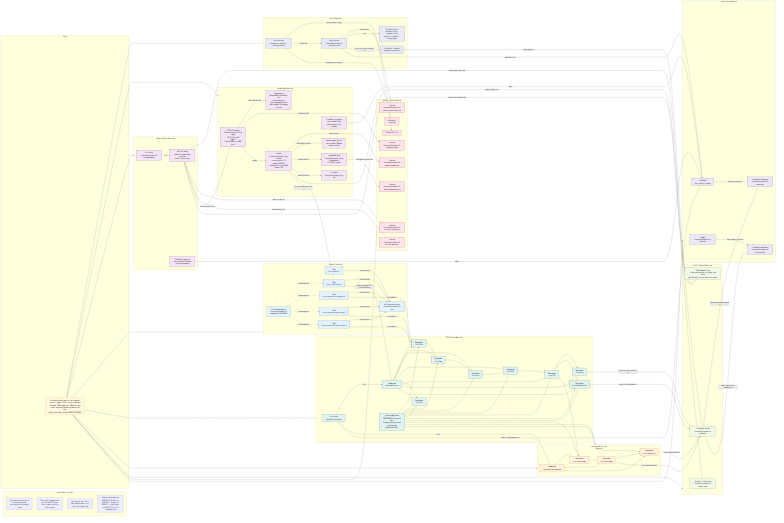
The Mermaid diagram docs/design/platform/dev_full/graph/readiness/dev_full_platform_resources_production_ready_current_v0.mermaid.png in EsosaOrumwese/fraud-detection-system, before a commit. Its source is kept beside it as docs/design/platform/dev_full/graph/readiness/dev_full_platform_resources_production_ready_current_v0.mermaid.mmd.
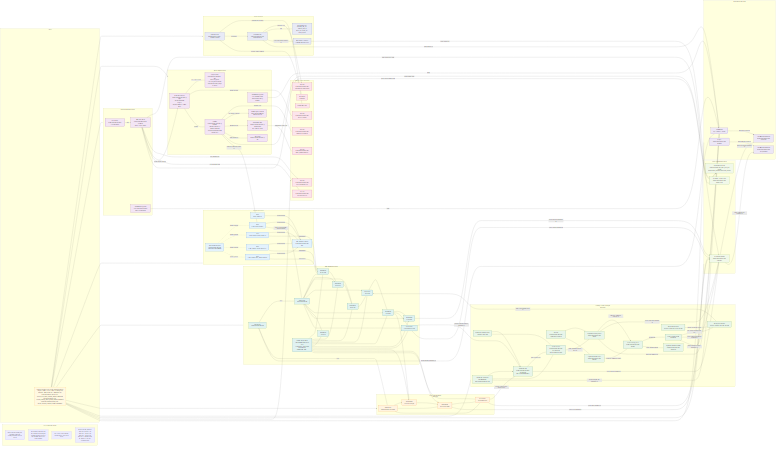
The same file after the commit.

The edit, as a diff of the source:
```diff
@@ -7,13 +7,13 @@
 
   subgraph LEGEND["How to Read This Graph"]
     L1["Only resources backing the currently promoted working-platform core are shown"]
-    L2["The current promoted core now includes RTDL and Case + Label on the live EKS runtime"]
-    L3["Learning and Ops / Gov / Meta remain absent until their own phases close"]
-    L4["Phase 0 closed green on 2026-03-10, Phase 1 on 2026-03-11, Phase 3 on 2026-03-11, and Phase 4 on 2026-03-12 for this promoted core"]
+    L2["The current promoted core now includes the managed Learning corridor on top of the live RTDL and Case + Label runtime"]
+    L3["Ops / Gov / Meta remains absent until its own phase closes"]
+    L4["Phase 0 closed green on 2026-03-10, Phase 1 on 2026-03-11, Phase 3 on 2026-03-11, Phase 4 on 2026-03-12, and Phase 5/6 on 2026-03-12 for this promoted core"]
   end
 
   subgraph NOTE["Scope"]
-    N1["Concrete resource view for the promoted Control + Ingress + RTDL + Case + Label core<br>Envelope: 3000 steady eps / 6000 burst eps<br>Current accepted Phase 4 coupled closure slice: phase4_case_label_coupled_20260312T003302Z"]
+    N1["Concrete resource view for the promoted Control + Ingress + RTDL + Case + Label + Learning core<br>Envelope: 3000 steady eps / 6000 burst eps<br>Accepted runtime source slice: phase4_case_label_coupled_20260312T003302Z<br>Accepted learning slice: phase5_learning_mlops_bound_20260312T035531Z<br>Accepted coupled learning slice: phase6_learning_coupled_20260312T035601Z"]
   end
 
   subgraph CONTROL["Control Resources"]
@@ -70,6 +70,21 @@
     LABELSTORE["Deployment<br>fp-pr3-label-store"]
   end
 
+  subgraph LEARNING["Learning / MLOps Managed Resources"]
+    DBX["Databricks workspace<br>dbc-d0b53c09-b6fa.cloud.databricks.com"]
+    OFSBUILD["Databricks job<br>fraud-platform-dev-full-ofs-build-v0<br>job id 736420749736071"]
+    OFSQUAL["Databricks job<br>fraud-platform-dev-full-ofs-quality-v0<br>job id 37768192213816"]
+    DBXPOL["Databricks compute policy<br>serverless-jobs-only"]
+    SMROLE["IAM role<br>fraud-platform-dev-full-sagemaker-execution"]
+    SMTRAIN["SageMaker training prefix<br>fraud-platform-dev-full-mtrain"]
+    SMBATCH["SageMaker batch prefix<br>fraud-platform-dev-full-mbatch"]
+    SMPKG["Model package group<br>fraud-platform-dev-full-models"]
+    SMENDPOINT["SageMaker endpoint handle<br>fraud-platform-dev-full-online-v0"]
+    MLFLOW["MLflow tracking mode<br>databricks"]
+    DFSNAP["DF registry snapshot<br>registry_snapshot_dev_full_v0.yaml"]
+    DFPOL["DF resolution policy<br>registry_resolution_policy_v0.yaml"]
+  end
+
   subgraph STATE["State / Evidence Resources"]
     OBJ["S3 object / oracle store<br>fraud-platform-dev-full-object-store"]
     EVID["S3 evidence bucket<br>fraud-platform-dev-full-evidence"]
@@ -100,6 +115,7 @@
   N1 --> TRANSPORT
   N1 --> RTDL
   N1 --> CASELABEL
+  N1 --> LEARNING
   N1 --> STATE
   N1 --> IDENTITY
   N1 --> OBS
@@ -164,6 +180,12 @@
   RTDLIMG --> CASETRIG
   RTDLIMG --> CASEMGMT
   RTDLIMG --> LABELSTORE
+  DBX --> OFSBUILD
+  DBX --> OFSQUAL
+  DBXPOL --> OFSBUILD
+  DBXPOL --> OFSQUAL
+  SMROLE --> SMTRAIN
+  SMROLE --> SMBATCH
 
   TTRAFFIC -->|feeds promoted RTDL intake boundary| NSRTDL
   TCTXA -->|consumed by| CSFB
@@ -178,14 +200,31 @@
   DL --> CASETRIG
   CASETRIG --> CASEMGMT
   CASEMGMT --> LABELSTORE
+  LABELSTORE -->|supplies authoritative supervision to| OFSBUILD
+  ARCH -->|supplies runtime archive evidence to| OFSBUILD
+  OFSBUILD -->|gates quality with| OFSQUAL
+  OFSQUAL -->|feeds bounded dataset basis to| SMTRAIN
+  SMTRAIN -->|publishes candidate packages to| SMPKG
+  SMBATCH -->|evaluates candidate against| SMPKG
+  SMPKG -->|governed by| MLFLOW
+  MLFLOW -->|pins active learning truth for| DFSNAP
+  DFPOL -->|governs resolution against| DFSNAP
+  DFSNAP -->|feeds active bundle truth to| DF
+  SMPKG -->|backs runtime handle| SMENDPOINT
   ARCH -->|stores archive evidence in| EVID
   DLA -->|stores decision continuity in| EVID
   CASEMGMT -->|stores case evidence in| EVID
   LABELSTORE -->|stores label evidence in| EVID
+  OFSBUILD -->|stores dataset evidence in| EVID
+  SMTRAIN -->|stores train/eval evidence in| EVID
+  MLFLOW -->|stores promotion/rollback evidence in| EVID
 
   CWLAMBDA -->|feeds| CW
   CWWSP -->|feeds| CW
   EKS -->|feeds runtime telemetry to| CW
+  DBX -->|feeds managed job telemetry to| CW
+  SMTRAIN -->|feeds job telemetry to| CW
+  MLFLOW -->|feeds lineage/promote telemetry to| CW
   SFN -->|feeds metrics to| CW
   EVID -->|feeds operational evidence to| DASHOPS
   CW -->|feeds live posture to| DASHOPS
@@ -198,6 +237,7 @@
   classDef transport fill:#e3f2fd,stroke:#1565c0,color:#111,stroke-width:1.3px;
   classDef rtdl fill:#e0f2f1,stroke:#00695c,color:#111,stroke-width:1.3px;
   classDef caselabel fill:#fff3e0,stroke:#ef6c00,color:#111,stroke-width:1.3px;
+  classDef learning fill:#e8f5e9,stroke:#2e7d32,color:#111,stroke-width:1.3px;
   classDef state fill:#f1f8e9,stroke:#558b2f,color:#111,stroke-width:1.3px;
   classDef ident fill:#fce4ec,stroke:#ad1457,color:#111,stroke-width:1.3px;
   classDef obs fill:#ede7f6,stroke:#5e35b1,color:#111,stroke-width:1.3px;
@@ -208,6 +248,7 @@
   class MSK,GLUEREG,TCTRL,TTRAFFIC,TCTXA,TCTXE,TFLOW transport;
   class EKS,NSRTDL,CSFB,IEG,OFP,DF,DL,AL,DLA,ARCH,RTDLIMG rtdl;
   class NSCASE,CASETRIG,CASEMGMT,LABELSTORE caselabel;
+  class DBX,OFSBUILD,OFSQUAL,DBXPOL,SMROLE,SMTRAIN,SMBATCH,SMPKG,SMENDPOINT,MLFLOW,DFSNAP,DFPOL learning;
   class OBJ,EVID,SSM state;
   class OIDC,ROLETF,ROLESFN,ROLELAMBDA,ROLEAPIGW,ROLEDDB,ROLEWSPEXEC,ROLEWSPRUN ident;
   class CW,DASHOPS,DASHCOST,BUDGET obs;
```
